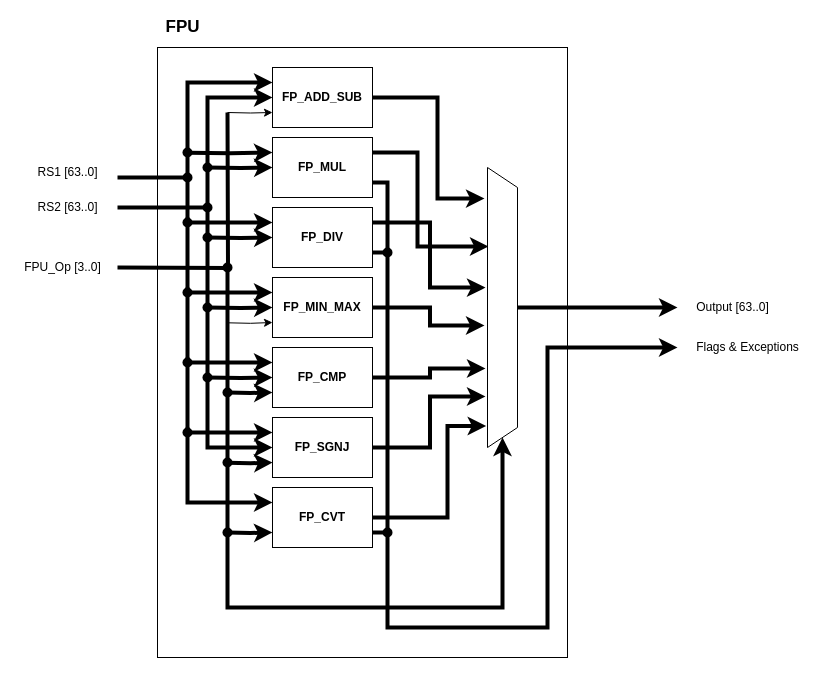
Above: page "FPU" (5 of 9) of Diagrams/RV64IFD.drawio in hohaicongthuan/Project-2 (draw.io), before the change. Source tidied: cells renumbered, new cells numbered last; positions are measured from the earlier drawing's top-left corner, leaving out a move shared by most shapes. Both pictures are drawn from the tidied source at 100%, with x=0, y=0 at pixel (17, 17).
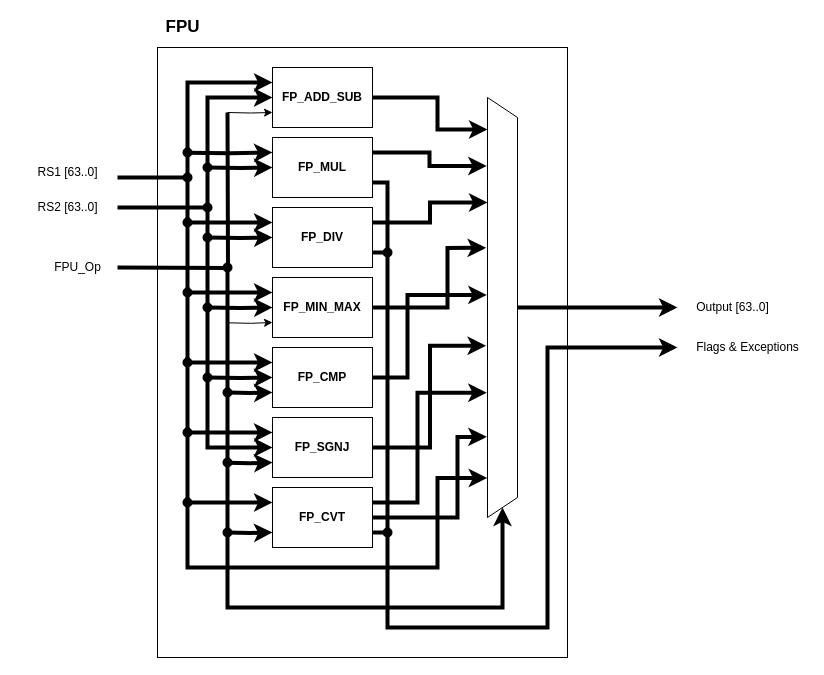
Above is the later version.

Commit message (it also covers changes not shown here):
Add a diagram in PNG format

Unchanged cells that the change refers to:
```xml
<mxCell id="10" value="&lt;b&gt;FP_ADD_SUB&lt;/b&gt;" style="rounded=0;whiteSpace=wrap;html=1;fillColor=#FFFFFF;" parent="1" vertex="1">
  <mxGeometry x="255" y="50" width="100" height="60" as="geometry" />
</mxCell>
<mxCell id="15" value="&lt;b&gt;FP_MUL&lt;/b&gt;" style="rounded=0;whiteSpace=wrap;html=1;fillColor=#FFFFFF;" parent="1" vertex="1">
  <mxGeometry x="255" y="120" width="100" height="60" as="geometry" />
</mxCell>
<mxCell id="20" value="&lt;b&gt;FP_DIV&lt;/b&gt;" style="rounded=0;whiteSpace=wrap;html=1;fillColor=#FFFFFF;" parent="1" vertex="1">
  <mxGeometry x="255" y="190" width="100" height="60" as="geometry" />
</mxCell>
<mxCell id="25" value="&lt;b&gt;FP_MIN_MAX&lt;/b&gt;" style="rounded=0;whiteSpace=wrap;html=1;fillColor=#FFFFFF;" parent="1" vertex="1">
  <mxGeometry x="255" y="260" width="100" height="60" as="geometry" />
</mxCell>
<mxCell id="30" value="&lt;b&gt;FP_CMP&lt;/b&gt;" style="rounded=0;whiteSpace=wrap;html=1;fillColor=#FFFFFF;" parent="1" vertex="1">
  <mxGeometry x="255" y="330" width="100" height="60" as="geometry" />
</mxCell>
<mxCell id="35" value="&lt;b&gt;FP_SGNJ&lt;/b&gt;" style="rounded=0;whiteSpace=wrap;html=1;fillColor=#FFFFFF;" parent="1" vertex="1">
  <mxGeometry x="255" y="400" width="100" height="60" as="geometry" />
</mxCell>
<mxCell id="40" value="&lt;b&gt;FP_CVT&lt;/b&gt;" style="rounded=0;whiteSpace=wrap;html=1;fillColor=#FFFFFF;" parent="1" vertex="1">
  <mxGeometry x="255" y="470" width="100" height="60" as="geometry" />
</mxCell>
```

Diff of the diagram source:
```diff
@@
-    <mxCell id="9" style="edgeStyle=orthogonalEdgeStyle;rounded=0;jettySize=auto;html=1;exitX=1;exitY=0.5;exitDx=0;exitDy=0;entryX=0.111;entryY=1.1;entryDx=0;entryDy=0;entryPerimeter=0;strokeWidth=4;" parent="1" edge="1" source="10" target="56">
+    <mxCell id="9" style="edgeStyle=orthogonalEdgeStyle;rounded=0;jettySize=auto;html=1;exitX=1;exitY=0.5;exitDx=0;exitDy=0;entryX=0.076;entryY=1.001;entryDx=0;entryDy=0;entryPerimeter=0;strokeWidth=4;" parent="1" edge="1" source="10" target="56">
       <mxGeometry relative="1" as="geometry">
         <Array as="points">
           <mxPoint x="420" y="80" />
-          <mxPoint x="420" y="181" />
+          <mxPoint x="420" y="112" />
         </Array>
       </mxGeometry>
     </mxCell>
@@
-    <mxCell id="14" style="edgeStyle=orthogonalEdgeStyle;rounded=0;jettySize=auto;html=1;exitX=1;exitY=0.25;exitDx=0;exitDy=0;entryX=0.282;entryY=0.967;entryDx=0;entryDy=0;entryPerimeter=0;strokeWidth=4;" parent="1" edge="1" source="15" target="56">
+    <mxCell id="14" style="edgeStyle=orthogonalEdgeStyle;rounded=0;jettySize=auto;html=1;exitX=1;exitY=0.25;exitDx=0;exitDy=0;entryX=0.163;entryY=1.024;entryDx=0;entryDy=0;entryPerimeter=0;strokeWidth=4;" parent="1" edge="1" source="15" target="56">
       <mxGeometry relative="1" as="geometry">
         <Array as="points">
-          <mxPoint x="400" y="135" />
-          <mxPoint x="400" y="229" />
+          <mxPoint x="412" y="135" />
+          <mxPoint x="412" y="148" />
         </Array>
       </mxGeometry>
     </mxCell>
@@
-    <mxCell id="19" style="edgeStyle=orthogonalEdgeStyle;rounded=0;jettySize=auto;html=1;exitX=1;exitY=0.25;exitDx=0;exitDy=0;entryX=0.429;entryY=1.067;entryDx=0;entryDy=0;entryPerimeter=0;strokeWidth=4;" parent="1" edge="1" source="20" target="56">
+    <mxCell id="19" style="edgeStyle=orthogonalEdgeStyle;rounded=0;jettySize=auto;html=1;exitX=1;exitY=0.25;exitDx=0;exitDy=0;entryX=0.25;entryY=1;entryDx=0;entryDy=0;strokeWidth=4;" parent="1" edge="1" source="20" target="56">
       <mxGeometry relative="1" as="geometry" />
     </mxCell>
@@
-    <mxCell id="24" style="edgeStyle=orthogonalEdgeStyle;rounded=0;jettySize=auto;html=1;exitX=1;exitY=0.5;exitDx=0;exitDy=0;entryX=0.564;entryY=1.1;entryDx=0;entryDy=0;entryPerimeter=0;strokeWidth=4;" parent="1" edge="1" source="25" target="56">
-      <mxGeometry relative="1" as="geometry" />
+    <mxCell id="24" style="edgeStyle=orthogonalEdgeStyle;rounded=0;jettySize=auto;html=1;exitX=1;exitY=0.5;exitDx=0;exitDy=0;entryX=0.358;entryY=1.047;entryDx=0;entryDy=0;entryPerimeter=0;strokeWidth=4;" parent="1" edge="1" source="25" target="56">
+      <mxGeometry relative="1" as="geometry">
+        <Array as="points">
+          <mxPoint x="430" y="290" />
+          <mxPoint x="430" y="230" />
+          <mxPoint x="469" y="230" />
+        </Array>
+      </mxGeometry>
     </mxCell>
@@
-    <mxCell id="29" style="edgeStyle=orthogonalEdgeStyle;rounded=0;jettySize=auto;html=1;exitX=1;exitY=0.5;exitDx=0;exitDy=0;entryX=0.718;entryY=1.067;entryDx=0;entryDy=0;entryPerimeter=0;strokeWidth=4;" parent="1" edge="1" source="30" target="56">
-      <mxGeometry relative="1" as="geometry" />
+    <mxCell id="29" style="edgeStyle=orthogonalEdgeStyle;rounded=0;jettySize=auto;html=1;exitX=1;exitY=0.5;exitDx=0;exitDy=0;entryX=0.47;entryY=1.024;entryDx=0;entryDy=0;entryPerimeter=0;strokeWidth=4;" parent="1" edge="1" source="30" target="56">
+      <mxGeometry relative="1" as="geometry">
+        <Array as="points">
+          <mxPoint x="390" y="360" />
+          <mxPoint x="390" y="277" />
+          <mxPoint x="469" y="277" />
+        </Array>
+      </mxGeometry>
     </mxCell>
@@
-    <mxCell id="34" style="edgeStyle=orthogonalEdgeStyle;rounded=0;jettySize=auto;html=1;exitX=1;exitY=0.5;exitDx=0;exitDy=0;entryX=0.818;entryY=1.067;entryDx=0;entryDy=0;entryPerimeter=0;strokeWidth=4;" parent="1" edge="1" source="35" target="56">
+    <mxCell id="34" style="edgeStyle=orthogonalEdgeStyle;rounded=0;jettySize=auto;html=1;exitX=1;exitY=0.5;exitDx=0;exitDy=0;entryX=0.591;entryY=1.047;entryDx=0;entryDy=0;entryPerimeter=0;strokeWidth=4;" parent="1" edge="1" source="35" target="56">
       <mxGeometry relative="1" as="geometry" />
     </mxCell>
@@
-    <mxCell id="38" style="edgeStyle=orthogonalEdgeStyle;rounded=0;jettySize=auto;html=1;exitX=1;exitY=0.5;exitDx=0;exitDy=0;entryX=0.923;entryY=1.044;entryDx=0;entryDy=0;entryPerimeter=0;endArrow=classic;endFill=1;strokeWidth=4;" parent="1" edge="1" source="40" target="56">
+    <mxCell id="38" style="edgeStyle=orthogonalEdgeStyle;rounded=0;jettySize=auto;html=1;exitX=1;exitY=0.5;exitDx=0;exitDy=0;entryX=0.808;entryY=1.024;entryDx=0;entryDy=0;entryPerimeter=0;endArrow=classic;endFill=1;strokeWidth=4;" parent="1" edge="1" source="40" target="56">
       <mxGeometry relative="1" as="geometry">
         <Array as="points">
-          <mxPoint x="430" y="500" />
-          <mxPoint x="430" y="408" />
+          <mxPoint x="440" y="500" />
+          <mxPoint x="440" y="419" />
         </Array>
       </mxGeometry>
     </mxCell>
@@
+    <mxCell id="65" style="edgeStyle=orthogonalEdgeStyle;rounded=0;jettySize=auto;html=1;exitX=1;exitY=0.25;exitDx=0;exitDy=0;entryX=0.703;entryY=1.024;entryDx=0;entryDy=0;entryPerimeter=0;strokeWidth=4;" parent="1" edge="1" source="40" target="56">
+      <mxGeometry relative="1" as="geometry">
+        <Array as="points">
+          <mxPoint x="400" y="485" />
+          <mxPoint x="400" y="375" />
+        </Array>
+      </mxGeometry>
+    </mxCell>
@@
     <mxCell id="56" style="shape=trapezoid;perimeter=trapezoidPerimeter;whiteSpace=wrap;html=1;fixedSize=1;fillColor=#FFFFFF;direction=south;" parent="1" vertex="1">
-      <mxGeometry x="470" y="150" width="30" height="280" as="geometry" />
+      <mxGeometry x="470" y="80" width="30" height="420" as="geometry" />
     </mxCell>
-    <mxCell id="57" value="FPU_Op [3..0]" style="text;html=1;align=center;verticalAlign=middle;strokeColor=none;fillColor=none;" parent="1" vertex="1">
-      <mxGeometry y="240" width="90" height="20" as="geometry" />
+    <mxCell id="57" value="FPU_Op" style="text;html=1;align=center;verticalAlign=middle;strokeColor=none;fillColor=none;" parent="1" vertex="1">
+      <mxGeometry x="30" y="240" width="60" height="20" as="geometry" />
     </mxCell>
@@
+    <mxCell id="66" style="endArrow=classic;html=1;rounded=0;edgeStyle=orthogonalEdgeStyle;entryX=0.906;entryY=1.01;entryDx=0;entryDy=0;entryPerimeter=0;strokeWidth=4;" parent="1" edge="1" target="56">
+      <mxGeometry relative="1" as="geometry">
+        <mxPoint x="170" y="480" as="sourcePoint" />
+        <Array as="points">
+          <mxPoint x="170" y="550" />
+          <mxPoint x="420" y="550" />
+          <mxPoint x="420" y="461" />
+          <mxPoint x="470" y="461" />
+        </Array>
+      </mxGeometry>
+    </mxCell>
+    <mxCell id="67" style="ellipse;whiteSpace=wrap;html=1;fillColor=#000000;strokeColor=none;" parent="1" vertex="1">
+      <mxGeometry x="165" y="480" width="10" height="10" as="geometry" />
+    </mxCell>
```
